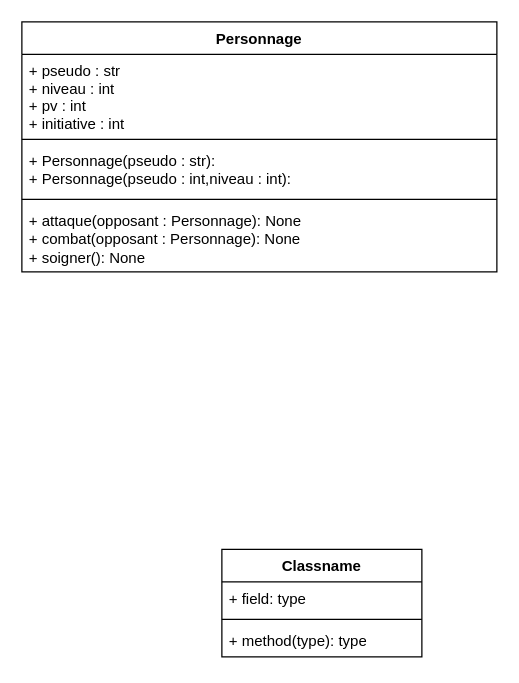
Earlier version of the draw.io diagram TP2/Diagramme sans nom.drawio (MaziniiX/R308). Source tidied: cells renumbered, new cells numbered last; positions are measured from the earlier drawing's top-left corner, leaving out a move shared by most shapes. Both pictures are drawn from the tidied source at 125%, with x=0, y=0 at pixel (21, 21).
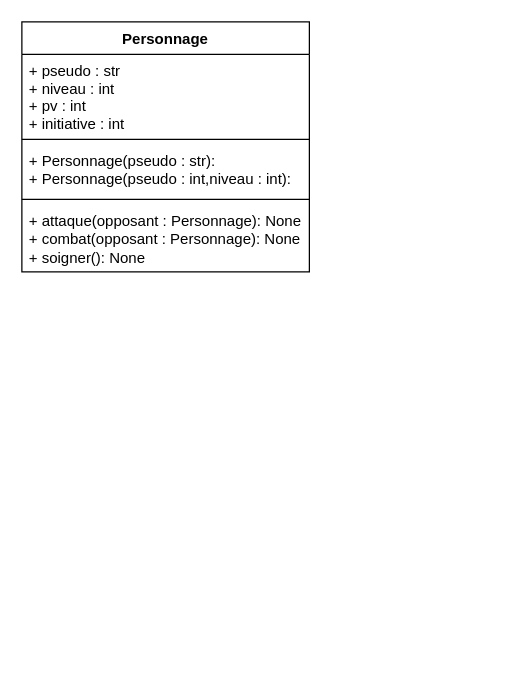
The same page after the edit.

Change to the diagram source:
```diff
@@
 <mxGraphModel>
   <root>
     <mxCell id="0" />
     <mxCell id="1" parent="0" />
     <mxCell id="2" value="Personnage" style="swimlane;fontStyle=1;align=center;verticalAlign=top;horizontal=1;startSize=26;rounded=0;shadow=0;strokeWidth=1;" parent="1" vertex="1">
-      <mxGeometry width="380" height="200" as="geometry" />
+      <mxGeometry width="230" height="200" as="geometry" />
     </mxCell>
     <mxCell id="3" value="+ pseudo : str&#10;+ niveau : int&#10;+ pv : int&#10;+ initiative : int" style="text;align=left;verticalAlign=top;spacingLeft=4;spacingRight=4;overflow=hidden;" parent="2" vertex="1">
-      <mxGeometry y="26" width="380" height="64" as="geometry" />
+      <mxGeometry y="26" width="230" height="64" as="geometry" />
     </mxCell>
     <mxCell id="4" style="line;strokeWidth=1;fillColor=none;align=left;verticalAlign=middle;spacingTop=-1;spacingLeft=3;spacingRight=3;labelPosition=right;strokeColor=inherit;" parent="2" vertex="1">
-      <mxGeometry y="90" width="380" height="8" as="geometry" />
+      <mxGeometry y="90" width="230" height="8" as="geometry" />
     </mxCell>
     <mxCell id="5" value="+ Personnage(pseudo : str):&lt;br&gt;+ Personnage(pseudo : int,niveau : int):" style="text;strokeColor=none;fillColor=none;align=left;verticalAlign=top;spacingLeft=4;spacingRight=4;overflow=hidden;whiteSpace=wrap;html=1;" parent="2" vertex="1">
-      <mxGeometry y="98" width="380" height="40" as="geometry" />
+      <mxGeometry y="98" width="230" height="40" as="geometry" />
     </mxCell>
     <mxCell id="6" style="line;strokeWidth=1;fillColor=none;align=left;verticalAlign=middle;spacingTop=-1;spacingLeft=3;spacingRight=3;labelPosition=right;strokeColor=inherit;" parent="2" vertex="1">
-      <mxGeometry y="138" width="380" height="8" as="geometry" />
+      <mxGeometry y="138" width="230" height="8" as="geometry" />
     </mxCell>
     <mxCell id="7" value="+ attaque(opposant : Personnage): None&lt;br&gt;+ combat(opposant : Personnage): None&lt;br&gt;+ soigner(): None" style="text;strokeColor=none;fillColor=none;align=left;verticalAlign=top;spacingLeft=4;spacingRight=4;overflow=hidden;whiteSpace=wrap;html=1;" parent="2" vertex="1">
-      <mxGeometry y="146" width="380" height="54" as="geometry" />
+      <mxGeometry y="146" width="230" height="54" as="geometry" />
     </mxCell>
-    <mxCell id="8" value="Classname" style="swimlane;fontStyle=1;align=center;verticalAlign=top;horizontal=1;startSize=26;whiteSpace=wrap;html=1;" parent="1" vertex="1">
-      <mxGeometry x="160" y="422" width="160" height="86" as="geometry" />
-    </mxCell>
-    <mxCell id="9" value="+ field: type" style="text;strokeColor=none;fillColor=none;align=left;verticalAlign=top;spacingLeft=4;spacingRight=4;overflow=hidden;whiteSpace=wrap;html=1;" parent="8" vertex="1">
-      <mxGeometry y="26" width="160" height="26" as="geometry" />
-    </mxCell>
-    <mxCell id="10" style="line;strokeWidth=1;fillColor=none;align=left;verticalAlign=middle;spacingTop=-1;spacingLeft=3;spacingRight=3;labelPosition=right;strokeColor=inherit;" parent="8" vertex="1">
-      <mxGeometry y="52" width="160" height="8" as="geometry" />
-    </mxCell>
-    <mxCell id="11" value="+ method(type): type" style="text;strokeColor=none;fillColor=none;align=left;verticalAlign=top;spacingLeft=4;spacingRight=4;overflow=hidden;whiteSpace=wrap;html=1;" parent="8" vertex="1">
-      <mxGeometry y="60" width="160" height="26" as="geometry" />
-    </mxCell>
   </root>
 </mxGraphModel>
```
